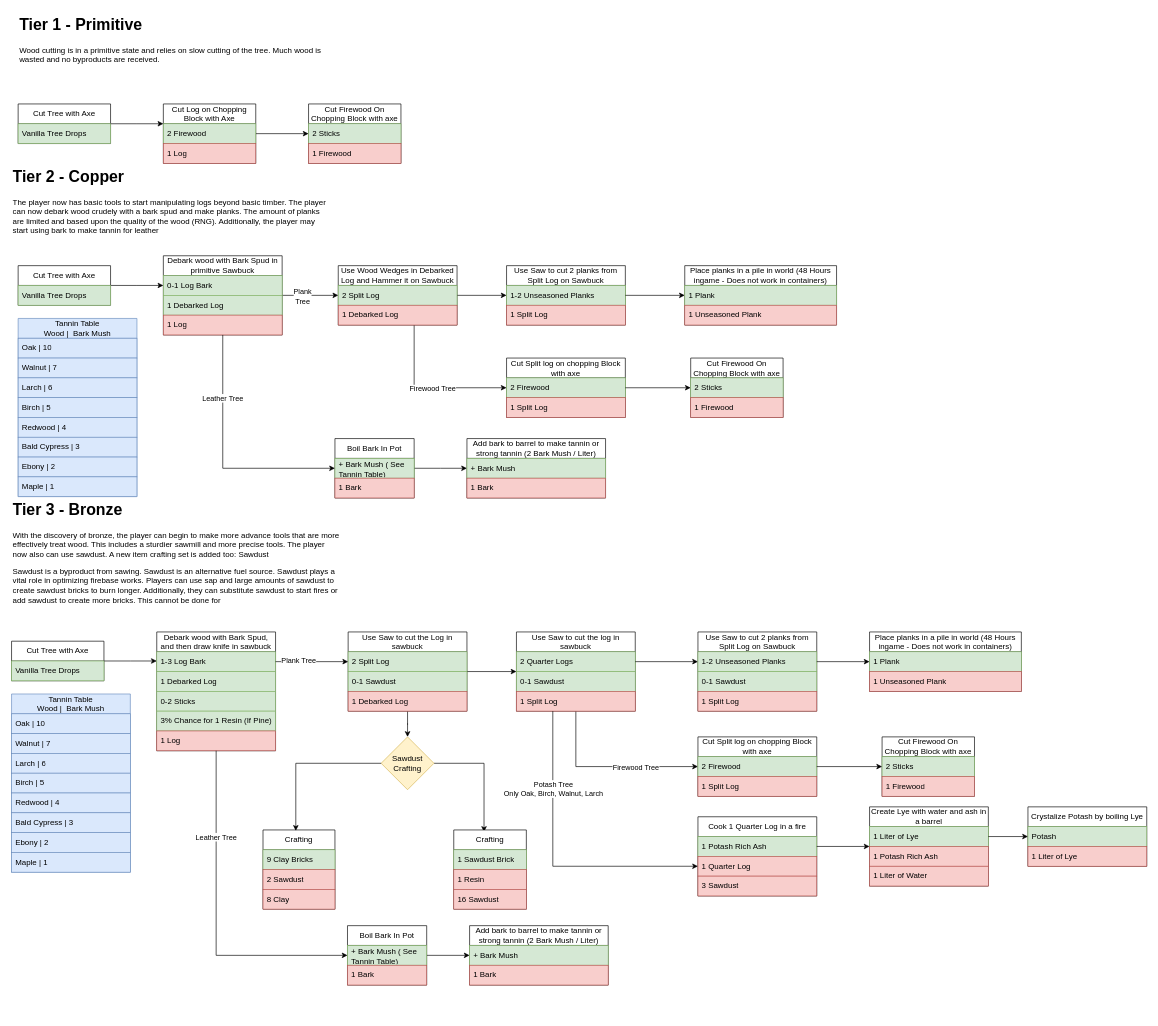
Earlier version of the draw.io diagram Untitled Diagram.drawio (Solas-Flemeth/Fragalicious-Woodcutting). Source tidied: cells renumbered, new cells numbered last; positions are measured from the earlier drawing's top-left corner, leaving out a move shared by most shapes. Both pictures are drawn from the tidied source at 66%, with x=0, y=0 at pixel (11, 11).
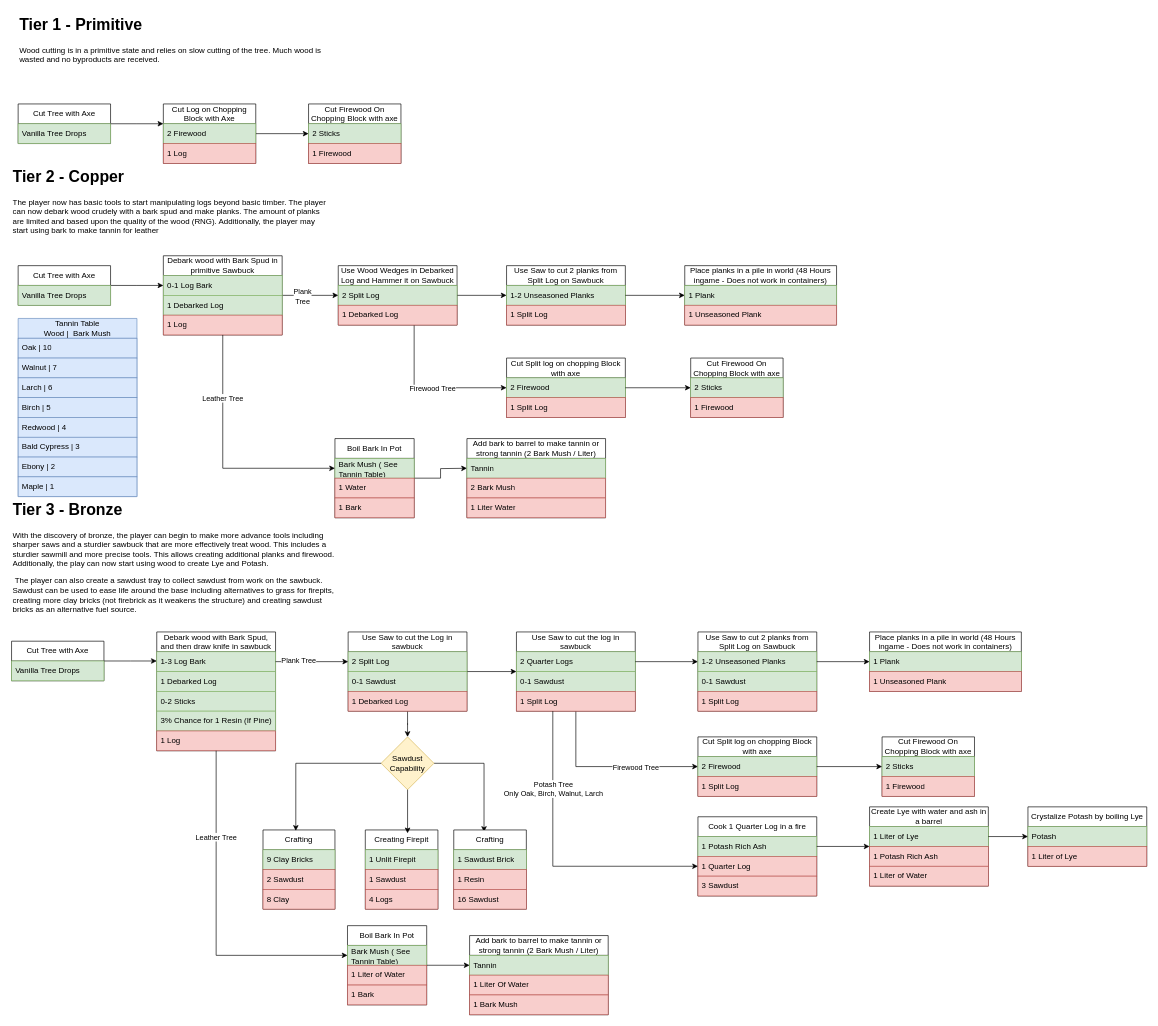
The same diagram, later.

What changed in the source:
```diff
@@
     <mxCell id="30" value="Boil Bark In Pot" style="swimlane;fontStyle=0;horizontal=1;startSize=30;whiteSpace=wrap;html=1;" parent="1" vertex="1">
-      <mxGeometry x="490" y="647" width="120" height="90" as="geometry" />
+      <mxGeometry x="490" y="647" width="120" height="120" as="geometry" />
     </mxCell>
-    <mxCell id="31" value="+ Bark Mush ( See Tannin Table)" style="text;strokeColor=#82b366;fillColor=#d5e8d4;align=left;verticalAlign=middle;spacingLeft=4;spacingRight=4;overflow=hidden;points=[[0,0.5],[1,0.5]];portConstraint=eastwest;whiteSpace=wrap;html=1;" parent="30" vertex="1">
+    <mxCell id="31" value="Bark Mush ( See Tannin Table)" style="text;strokeColor=#82b366;fillColor=#d5e8d4;align=left;verticalAlign=middle;spacingLeft=4;spacingRight=4;overflow=hidden;points=[[0,0.5],[1,0.5]];portConstraint=eastwest;whiteSpace=wrap;html=1;" parent="30" vertex="1">
       <mxGeometry y="30" width="120" height="30" as="geometry" />
     </mxCell>
+    <mxCell id="145" value="1 Water" style="text;strokeColor=#b85450;fillColor=#f8cecc;align=left;verticalAlign=middle;spacingLeft=4;spacingRight=4;overflow=hidden;whiteSpace=wrap;html=1;" parent="30" vertex="1">
+      <mxGeometry y="60" width="120" height="30" as="geometry" />
+    </mxCell>
     <mxCell id="32" value="1 Bark" style="text;strokeColor=#b85450;fillColor=#f8cecc;align=left;verticalAlign=middle;spacingLeft=4;spacingRight=4;overflow=hidden;whiteSpace=wrap;html=1;" parent="30" vertex="1">
-      <mxGeometry y="60" width="120" height="30" as="geometry" />
+      <mxGeometry y="90" width="120" height="30" as="geometry" />
     </mxCell>
@@
     <mxCell id="44" value="Add bark to barrel to make tannin or strong tannin (2 Bark Mush / Liter)" style="swimlane;fontStyle=0;horizontal=1;startSize=30;whiteSpace=wrap;html=1;" parent="1" vertex="1">
-      <mxGeometry x="690" y="647" width="210" height="90" as="geometry" />
+      <mxGeometry x="690" y="647" width="210" height="120" as="geometry" />
     </mxCell>
-    <mxCell id="45" value="+ Bark Mush" style="text;strokeColor=#82b366;fillColor=#d5e8d4;align=left;verticalAlign=middle;spacingLeft=4;spacingRight=4;overflow=hidden;whiteSpace=wrap;html=1;" parent="44" vertex="1">
+    <mxCell id="45" value="Tannin" style="text;strokeColor=#82b366;fillColor=#d5e8d4;align=left;verticalAlign=middle;spacingLeft=4;spacingRight=4;overflow=hidden;whiteSpace=wrap;html=1;" parent="44" vertex="1">
       <mxGeometry y="30" width="210" height="30" as="geometry" />
     </mxCell>
-    <mxCell id="46" value="1 Bark" style="text;strokeColor=#b85450;fillColor=#f8cecc;align=left;verticalAlign=middle;spacingLeft=4;spacingRight=4;overflow=hidden;whiteSpace=wrap;html=1;" parent="44" vertex="1">
+    <mxCell id="46" value="2 Bark Mush" style="text;strokeColor=#b85450;fillColor=#f8cecc;align=left;verticalAlign=middle;spacingLeft=4;spacingRight=4;overflow=hidden;whiteSpace=wrap;html=1;" parent="44" vertex="1">
       <mxGeometry y="60" width="210" height="30" as="geometry" />
     </mxCell>
+    <mxCell id="146" value="1 Liter Water" style="text;strokeColor=#b85450;fillColor=#f8cecc;align=left;verticalAlign=middle;spacingLeft=4;spacingRight=4;overflow=hidden;whiteSpace=wrap;html=1;" parent="44" vertex="1">
+      <mxGeometry y="90" width="210" height="30" as="geometry" />
+    </mxCell>
@@
-    <mxCell id="53" value="&lt;h1 style=&quot;margin-top: 0px;&quot;&gt;Tier 3 - Bronze&lt;/h1&gt;&lt;p&gt;With the discovery of bronze, the player can begin to make more advance tools that are more effectively treat wood. This includes a sturdier sawmill and more precise tools. The player now also can use sawdust. A new item crafting set is added too: Sawdust&lt;/p&gt;&lt;p&gt;Sawdust is a byproduct from sawing. Sawdust is an alternative fuel source. Sawdust plays a vital role in optimizing firebase works. Players can use sap and large amounts of sawdust to create sawdust bricks to burn longer. Additionally, they can substitute sawdust to start fires or add sawdust to create more bricks. This cannot be done for&amp;nbsp;&lt;/p&gt;" style="text;html=1;whiteSpace=wrap;overflow=hidden;rounded=0;" parent="1" vertex="1">
+    <mxCell id="53" value="&lt;h1 style=&quot;margin-top: 0px;&quot;&gt;Tier 3 - Bronze&lt;/h1&gt;&lt;p&gt;With the discovery of bronze, the player can begin to make more advance tools including sharper saws and a sturdier sawbuck that are more effectively treat wood. This includes a sturdier sawmill and more precise tools. This allows creating additional planks and firewood. Additionally, the play can now start using wood to create Lye and Potash.&lt;/p&gt;&lt;p&gt;&amp;nbsp;The player can also create a sawdust tray to collect sawdust from work on the sawbuck. Sawdust can be used to ease life around the base including alternatives to grass for firepits, creating more clay bricks (not firebrick as it weakens the structure) and creating sawdust bricks as an alternative fuel source.&amp;nbsp;&lt;/p&gt;" style="text;html=1;whiteSpace=wrap;overflow=hidden;rounded=0;" parent="1" vertex="1">
       <mxGeometry y="735" width="500" height="185" as="geometry" />
     </mxCell>
@@
     <mxCell id="74" value="Boil Bark In Pot" style="swimlane;fontStyle=0;horizontal=1;startSize=30;whiteSpace=wrap;html=1;" parent="1" vertex="1">
-      <mxGeometry x="509" y="1385" width="120" height="90" as="geometry" />
+      <mxGeometry x="509" y="1385" width="120" height="120" as="geometry" />
     </mxCell>
-    <mxCell id="75" value="+ Bark Mush ( See Tannin Table)" style="text;strokeColor=#82b366;fillColor=#d5e8d4;align=left;verticalAlign=middle;spacingLeft=4;spacingRight=4;overflow=hidden;points=[[0,0.5],[1,0.5]];portConstraint=eastwest;whiteSpace=wrap;html=1;" parent="74" vertex="1">
+    <mxCell id="75" value="Bark Mush ( See Tannin Table)" style="text;strokeColor=#82b366;fillColor=#d5e8d4;align=left;verticalAlign=middle;spacingLeft=4;spacingRight=4;overflow=hidden;points=[[0,0.5],[1,0.5]];portConstraint=eastwest;whiteSpace=wrap;html=1;" parent="74" vertex="1">
       <mxGeometry y="30" width="120" height="30" as="geometry" />
     </mxCell>
+    <mxCell id="147" value="1 Liter of Water" style="text;strokeColor=#b85450;fillColor=#f8cecc;align=left;verticalAlign=middle;spacingLeft=4;spacingRight=4;overflow=hidden;whiteSpace=wrap;html=1;" parent="74" vertex="1">
+      <mxGeometry y="60" width="120" height="30" as="geometry" />
+    </mxCell>
     <mxCell id="76" value="1 Bark" style="text;strokeColor=#b85450;fillColor=#f8cecc;align=left;verticalAlign=middle;spacingLeft=4;spacingRight=4;overflow=hidden;whiteSpace=wrap;html=1;" parent="74" vertex="1">
-      <mxGeometry y="60" width="120" height="30" as="geometry" />
+      <mxGeometry y="90" width="120" height="30" as="geometry" />
     </mxCell>
-    <mxCell id="77" value="Tannin Table&lt;div&gt;Wood |&amp;nbsp; Bark Mush&lt;/div&gt;" style="swimlane;fontStyle=0;horizontal=1;startSize=30;whiteSpace=wrap;html=1;fillColor=#dae8fc;strokeColor=#6c8ebf;" parent="1" vertex="1">
-      <mxGeometry y="1034" width="180" height="270" as="geometry" />
-    </mxCell>
-    <mxCell id="78" value="Oak | 10" style="text;strokeColor=#6c8ebf;fillColor=#dae8fc;align=left;verticalAlign=middle;spacingLeft=4;spacingRight=4;overflow=hidden;whiteSpace=wrap;html=1;" parent="77" vertex="1">
-      <mxGeometry y="30" width="180" height="30" as="geometry" />
-    </mxCell>
-    <mxCell id="79" value="Walnut | 7" style="text;strokeColor=#6c8ebf;fillColor=#dae8fc;align=left;verticalAlign=middle;spacingLeft=4;spacingRight=4;overflow=hidden;whiteSpace=wrap;html=1;" parent="77" vertex="1">
-      <mxGeometry y="60" width="180" height="30" as="geometry" />
-    </mxCell>
-    <mxCell id="80" value="Larch | 6" style="text;strokeColor=#6c8ebf;fillColor=#dae8fc;align=left;verticalAlign=middle;spacingLeft=4;spacingRight=4;overflow=hidden;whiteSpace=wrap;html=1;" parent="77" vertex="1">
-      <mxGeometry y="90" width="180" height="30" as="geometry" />
-    </mxCell>
-    <mxCell id="81" value="Birch | 5" style="text;strokeColor=#6c8ebf;fillColor=#dae8fc;align=left;verticalAlign=middle;spacingLeft=4;spacingRight=4;overflow=hidden;whiteSpace=wrap;html=1;" parent="77" vertex="1">
-      <mxGeometry y="120" width="180" height="30" as="geometry" />
-    </mxCell>
-    <mxCell id="82" value="Redwood | 4" style="text;strokeColor=#6c8ebf;fillColor=#dae8fc;align=left;verticalAlign=middle;spacingLeft=4;spacingRight=4;overflow=hidden;whiteSpace=wrap;html=1;" parent="77" vertex="1">
-      <mxGeometry y="150" width="180" height="30" as="geometry" />
-    </mxCell>
-    <mxCell id="83" value="Bald Cypress | 3" style="text;strokeColor=#6c8ebf;fillColor=#dae8fc;align=left;verticalAlign=middle;spacingLeft=4;spacingRight=4;overflow=hidden;whiteSpace=wrap;html=1;" parent="77" vertex="1">
-      <mxGeometry y="180" width="180" height="30" as="geometry" />
-    </mxCell>
-    <mxCell id="84" value="Ebony | 2" style="text;strokeColor=#6c8ebf;fillColor=#dae8fc;align=left;verticalAlign=middle;spacingLeft=4;spacingRight=4;overflow=hidden;whiteSpace=wrap;html=1;" parent="77" vertex="1">
-      <mxGeometry y="210" width="180" height="30" as="geometry" />
-    </mxCell>
-    <mxCell id="85" value="Maple | 1" style="text;strokeColor=#6c8ebf;fillColor=#dae8fc;align=left;verticalAlign=middle;spacingLeft=4;spacingRight=4;overflow=hidden;whiteSpace=wrap;html=1;" parent="77" vertex="1">
-      <mxGeometry y="240" width="180" height="30" as="geometry" />
-    </mxCell>
@@
     <mxCell id="88" value="Add bark to barrel to make tannin or strong tannin (2 Bark Mush / Liter)" style="swimlane;fontStyle=0;horizontal=1;startSize=30;whiteSpace=wrap;html=1;" parent="1" vertex="1">
-      <mxGeometry x="694" y="1385" width="210" height="90" as="geometry" />
+      <mxGeometry x="694" y="1400" width="210" height="120" as="geometry" />
     </mxCell>
-    <mxCell id="89" value="+ Bark Mush" style="text;strokeColor=#82b366;fillColor=#d5e8d4;align=left;verticalAlign=middle;spacingLeft=4;spacingRight=4;overflow=hidden;points=[[0,0.5],[1,0.5]];portConstraint=eastwest;whiteSpace=wrap;html=1;" parent="88" vertex="1">
+    <mxCell id="89" value="Tannin" style="text;strokeColor=#82b366;fillColor=#d5e8d4;align=left;verticalAlign=middle;spacingLeft=4;spacingRight=4;overflow=hidden;points=[[0,0.5],[1,0.5]];portConstraint=eastwest;whiteSpace=wrap;html=1;" parent="88" vertex="1">
       <mxGeometry y="30" width="210" height="30" as="geometry" />
     </mxCell>
+    <mxCell id="148" value="1 Liter Of Water" style="text;strokeColor=#b85450;fillColor=#f8cecc;align=left;verticalAlign=middle;spacingLeft=4;spacingRight=4;overflow=hidden;whiteSpace=wrap;html=1;" parent="88" vertex="1">
+      <mxGeometry y="60" width="210" height="30" as="geometry" />
+    </mxCell>
-    <mxCell id="90" value="1 Bark" style="text;strokeColor=#b85450;fillColor=#f8cecc;align=left;verticalAlign=middle;spacingLeft=4;spacingRight=4;overflow=hidden;whiteSpace=wrap;html=1;" parent="88" vertex="1">
-      <mxGeometry y="60" width="210" height="30" as="geometry" />
+    <mxCell id="90" value="1 Bark Mush" style="text;strokeColor=#b85450;fillColor=#f8cecc;align=left;verticalAlign=middle;spacingLeft=4;spacingRight=4;overflow=hidden;whiteSpace=wrap;html=1;" parent="88" vertex="1">
+      <mxGeometry y="90" width="210" height="30" as="geometry" />
     </mxCell>
@@
-    <mxCell id="124" value="Sawdust&lt;div&gt;Crafting&lt;/div&gt;" style="rhombus;whiteSpace=wrap;html=1;fillColor=#fff2cc;strokeColor=#d6b656;" parent="1" vertex="1">
+    <mxCell id="124" value="Sawdust&lt;div&gt;Capability&lt;/div&gt;" style="rhombus;whiteSpace=wrap;html=1;fillColor=#fff2cc;strokeColor=#d6b656;" parent="1" vertex="1">
       <mxGeometry x="560" y="1099" width="80" height="80" as="geometry" />
     </mxCell>
@@
+    <mxCell id="149" value="Creating Firepit" style="swimlane;fontStyle=0;horizontal=1;startSize=30;whiteSpace=wrap;html=1;" parent="1" vertex="1">
+      <mxGeometry x="536" y="1240" width="110" height="120" as="geometry" />
+    </mxCell>
+    <mxCell id="150" value="1 Unlit Firepit" style="text;strokeColor=#82b366;fillColor=#d5e8d4;align=left;verticalAlign=middle;spacingLeft=4;spacingRight=4;overflow=hidden;whiteSpace=wrap;html=1;" parent="149" vertex="1">
+      <mxGeometry y="30" width="110" height="30" as="geometry" />
+    </mxCell>
+    <mxCell id="151" value="1 Sawdust" style="text;strokeColor=#b85450;fillColor=#f8cecc;align=left;verticalAlign=middle;spacingLeft=4;spacingRight=4;overflow=hidden;whiteSpace=wrap;html=1;" parent="149" vertex="1">
+      <mxGeometry y="60" width="110" height="30" as="geometry" />
+    </mxCell>
+    <mxCell id="152" value="4 Logs" style="text;strokeColor=#b85450;fillColor=#f8cecc;align=left;verticalAlign=middle;spacingLeft=4;spacingRight=4;overflow=hidden;whiteSpace=wrap;html=1;" parent="149" vertex="1">
+      <mxGeometry y="90" width="110" height="30" as="geometry" />
+    </mxCell>
+    <mxCell id="153" style="edgeStyle=orthogonalEdgeStyle;rounded=0;jettySize=auto;html=1;entryX=0.582;entryY=0.042;entryDx=0;entryDy=0;entryPerimeter=0;" parent="1" edge="1" source="124" target="149">
+      <mxGeometry relative="1" as="geometry" />
+    </mxCell>
```
